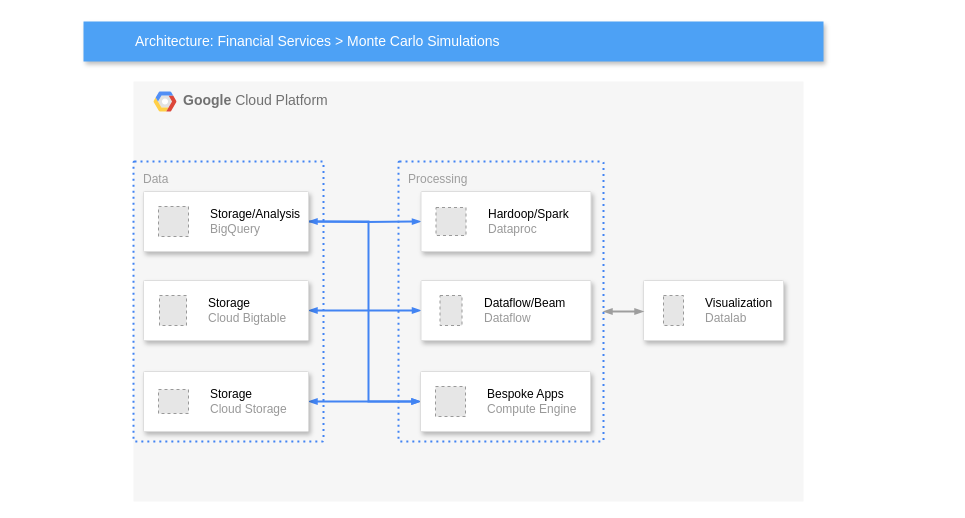
Above: 未命名绘图.drawio in soldierHuang/diagram (draw.io), before the change. Source tidied: cells renumbered, new cells numbered last; positions are measured from the earlier drawing's top-left corner, leaving out a move shared by most shapes. Both pictures are drawn from the tidied source at 100%, with x=0, y=0 at pixel (83, 21). Pictures stored in the file or linked from it are replaced by grey dashed boxes.
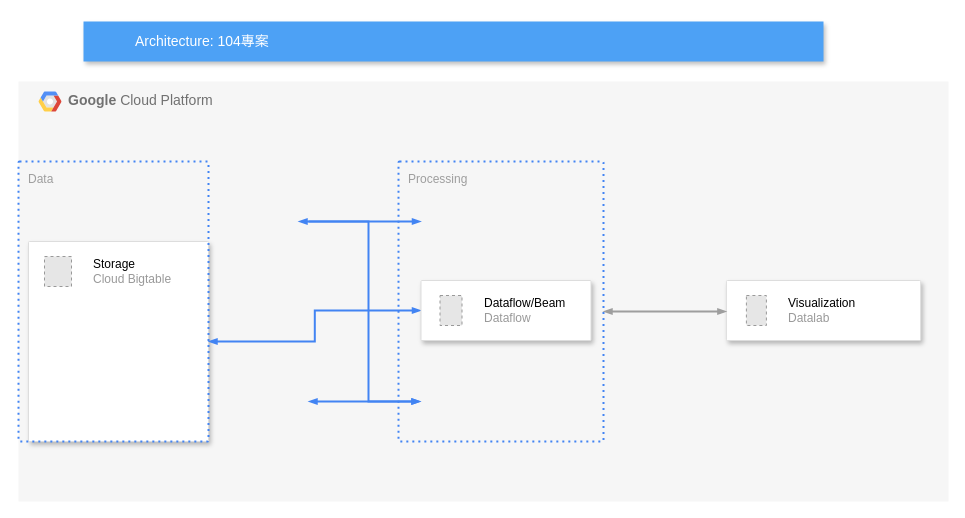
Above is the later version.

Diff of the diagram source:
```diff
@@
     <mxCell id="2" value="&lt;b&gt;Google &lt;/b&gt;Cloud Platform" style="fillColor=#F6F6F6;strokeColor=none;shadow=0;gradientColor=none;fontSize=14;align=left;spacing=10;fontColor=#717171;9E9E9E;verticalAlign=top;spacingTop=-4;fontStyle=0;spacingLeft=40;html=1;" parent="1" vertex="1">
-      <mxGeometry x="50" y="60" width="670" height="420" as="geometry" />
+      <mxGeometry x="-65" y="60" width="930" height="420" as="geometry" />
     </mxCell>
@@
     <mxCell id="4" style="strokeColor=#dddddd;shadow=1;strokeWidth=1;rounded=1;absoluteArcSize=1;arcSize=2;" parent="2" vertex="1">
-      <mxGeometry x="510" y="199" width="140" height="60" as="geometry" />
+      <mxGeometry x="707.9" y="199" width="194.3" height="60" as="geometry" />
     </mxCell>
@@
+    <mxCell id="16" style="strokeColor=#dddddd;shadow=1;strokeWidth=1;rounded=1;absoluteArcSize=1;arcSize=2;" parent="2" vertex="1">
+      <mxGeometry x="10" y="160" width="180" height="200" as="geometry" />
+    </mxCell>
+    <mxCell id="17" value="&lt;font color=&quot;#000000&quot;&gt;Storage&lt;/font&gt;&lt;br&gt;Cloud Bigtable" style="fillColor=#E6E6E6;strokeColor=#999999;dashed=1;html=1;fontColor=#999999;verticalLabelPosition=middle;verticalAlign=middle;labelPosition=right;align=left;spacingLeft=20;" parent="16" vertex="1">
+      <mxGeometry width="27" height="30" relative="1" as="geometry">
+        <mxPoint x="16" y="15" as="offset" />
+      </mxGeometry>
+    </mxCell>
+    <mxCell id="7" value="Data" style="rounded=1;absoluteArcSize=1;arcSize=2;html=1;strokeColor=#4284F3;gradientColor=none;shadow=0;dashed=1;fontSize=12;fontColor=#9E9E9E;align=left;verticalAlign=top;spacing=10;spacingTop=-4;fillColor=none;dashPattern=1 2;strokeWidth=2;" parent="16" vertex="1">
+      <mxGeometry x="-10" y="-80" width="190" height="280" as="geometry" />
+    </mxCell>
@@
-    <mxCell id="7" value="Data" style="rounded=1;absoluteArcSize=1;arcSize=2;html=1;strokeColor=#4284F3;gradientColor=none;shadow=0;dashed=1;fontSize=12;fontColor=#9E9E9E;align=left;verticalAlign=top;spacing=10;spacingTop=-4;fillColor=none;dashPattern=1 2;strokeWidth=2;" parent="1" vertex="1">
-      <mxGeometry x="50" y="140" width="190" height="280" as="geometry" />
-    </mxCell>
-    <mxCell id="8" value="Architecture: Financial Services &amp;gt; Monte Carlo Simulations" style="fillColor=#4DA1F5;strokeColor=none;shadow=1;gradientColor=none;fontSize=14;align=left;spacingLeft=50;fontColor=#ffffff;html=1;" parent="1" vertex="1">
+    <mxCell id="8" value="Architecture: 104專案" style="fillColor=#4DA1F5;strokeColor=none;shadow=1;gradientColor=none;fontSize=14;align=left;spacingLeft=50;fontColor=#ffffff;html=1;" parent="1" vertex="1">
       <mxGeometry width="740" height="40" as="geometry" />
     </mxCell>
@@
-    <mxCell id="10" style="edgeStyle=orthogonalEdgeStyle;rounded=0;html=1;labelBackgroundColor=none;startFill=1;startSize=4;endArrow=blockThin;endFill=1;endSize=4;jettySize=auto;strokeColor=#4284F3;strokeWidth=2;fontSize=12;fontColor=#000000;align=center;dashed=0;startArrow=blockThin;" parent="1" edge="1" source="18" target="24">
-      <mxGeometry relative="1" as="geometry" />
+    <mxCell id="10" style="edgeStyle=orthogonalEdgeStyle;rounded=0;html=1;labelBackgroundColor=none;startFill=1;startSize=4;endArrow=blockThin;endFill=1;endSize=4;jettySize=auto;orthogonalLoop=1;strokeColor=#4284F3;strokeWidth=2;fontSize=12;fontColor=#000000;align=center;dashed=0;startArrow=blockThin;" parent="1" edge="1">
+      <mxGeometry relative="1" as="geometry">
+        <mxPoint x="225" y="380" as="sourcePoint" />
+        <mxPoint x="337" y="380" as="targetPoint" />
+      </mxGeometry>
     </mxCell>
@@
-    <mxCell id="12" style="edgeStyle=orthogonalEdgeStyle;rounded=0;html=1;labelBackgroundColor=none;startFill=1;startSize=4;endArrow=blockThin;endFill=1;endSize=4;jettySize=auto;strokeColor=#4284F3;strokeWidth=2;fontSize=12;fontColor=#000000;align=center;dashed=0;" parent="1" edge="1" target="20">
+    <mxCell id="12" style="edgeStyle=orthogonalEdgeStyle;rounded=0;html=1;labelBackgroundColor=none;startFill=1;startSize=4;endArrow=blockThin;endFill=1;endSize=4;jettySize=auto;orthogonalLoop=1;strokeColor=#4284F3;strokeWidth=2;fontSize=12;fontColor=#000000;align=center;dashed=0;" parent="1" edge="1">
       <mxGeometry relative="1" as="geometry">
         <mxPoint x="225" y="200" as="sourcePoint" />
+        <mxPoint x="337.5" y="200" as="targetPoint" />
       </mxGeometry>
     </mxCell>
-    <mxCell id="13" style="edgeStyle=orthogonalEdgeStyle;rounded=0;html=1;labelBackgroundColor=none;startFill=1;startSize=4;endArrow=blockThin;endFill=1;endSize=4;jettySize=auto;strokeColor=#4284F3;strokeWidth=2;fontSize=12;fontColor=#000000;align=center;dashed=0;startArrow=blockThin;" parent="1" edge="1" source="14" target="24">
+    <mxCell id="13" style="edgeStyle=orthogonalEdgeStyle;rounded=0;html=1;labelBackgroundColor=none;startFill=1;startSize=4;endArrow=blockThin;endFill=1;endSize=4;jettySize=auto;orthogonalLoop=1;strokeColor=#4284F3;strokeWidth=2;fontSize=12;fontColor=#000000;align=center;dashed=0;startArrow=blockThin;" parent="1" edge="1">
       <mxGeometry relative="1" as="geometry">
+        <mxPoint x="215" y="200" as="sourcePoint" />
+        <mxPoint x="337" y="380" as="targetPoint" />
         <Array as="points">
           <mxPoint x="285" y="200" />
           <mxPoint x="285" y="380" />
         </Array>
       </mxGeometry>
     </mxCell>
-    <mxCell id="14" style="strokeColor=#dddddd;shadow=1;strokeWidth=1;rounded=1;absoluteArcSize=1;arcSize=2;" parent="1" vertex="1">
-      <mxGeometry x="60" y="170" width="165" height="60" as="geometry" />
-    </mxCell>
-    <mxCell id="15" value="&lt;font color=&quot;#000000&quot;&gt;Storage/Analysis&lt;/font&gt;&lt;br&gt;BigQuery" style="fillColor=#E6E6E6;strokeColor=#999999;dashed=1;html=1;fontColor=#999999;verticalLabelPosition=middle;verticalAlign=middle;labelPosition=right;align=left;spacingLeft=20;" parent="14" vertex="1">
-      <mxGeometry width="30" height="30" relative="1" as="geometry">
-        <mxPoint x="15" y="15" as="offset" />
-      </mxGeometry>
-    </mxCell>
-    <mxCell id="16" style="strokeColor=#dddddd;shadow=1;strokeWidth=1;rounded=1;absoluteArcSize=1;arcSize=2;" parent="1" vertex="1">
-      <mxGeometry x="60" y="259" width="165" height="60" as="geometry" />
-    </mxCell>
-    <mxCell id="17" value="&lt;font color=&quot;#000000&quot;&gt;Storage&lt;/font&gt;&lt;br&gt;Cloud Bigtable" style="fillColor=#E6E6E6;strokeColor=#999999;dashed=1;html=1;fontColor=#999999;verticalLabelPosition=middle;verticalAlign=middle;labelPosition=right;align=left;spacingLeft=20;" parent="16" vertex="1">
-      <mxGeometry width="27" height="30" relative="1" as="geometry">
-        <mxPoint x="16" y="15" as="offset" />
-      </mxGeometry>
-    </mxCell>
-    <mxCell id="18" style="strokeColor=#dddddd;shadow=1;strokeWidth=1;rounded=1;absoluteArcSize=1;arcSize=2;" parent="1" vertex="1">
-      <mxGeometry x="60" y="350" width="165" height="60" as="geometry" />
-    </mxCell>
-    <mxCell id="19" value="&lt;font color=&quot;#000000&quot;&gt;Storage&lt;/font&gt;&lt;br&gt;Cloud Storage" style="fillColor=#E6E6E6;strokeColor=#999999;dashed=1;html=1;fontColor=#999999;verticalLabelPosition=middle;verticalAlign=middle;labelPosition=right;align=left;spacingLeft=20;" parent="18" vertex="1">
-      <mxGeometry width="30" height="24" relative="1" as="geometry">
-        <mxPoint x="15" y="18" as="offset" />
-      </mxGeometry>
-    </mxCell>
-    <mxCell id="20" style="strokeColor=#dddddd;shadow=1;strokeWidth=1;rounded=1;absoluteArcSize=1;arcSize=2;" parent="1" vertex="1">
-      <mxGeometry x="337.5" y="170" width="170" height="60" as="geometry" />
-    </mxCell>
-    <mxCell id="21" value="&lt;font color=&quot;#000000&quot;&gt;Hardoop/Spark&lt;/font&gt;&lt;br&gt;Dataproc" style="fillColor=#E6E6E6;strokeColor=#999999;dashed=1;html=1;fontColor=#999999;verticalLabelPosition=middle;verticalAlign=middle;labelPosition=right;align=left;spacingLeft=20;" parent="20" vertex="1">
-      <mxGeometry width="30" height="28" relative="1" as="geometry">
-        <mxPoint x="15" y="16" as="offset" />
-      </mxGeometry>
-    </mxCell>
@@
-    <mxCell id="24" style="strokeColor=#dddddd;shadow=1;strokeWidth=1;rounded=1;absoluteArcSize=1;arcSize=2;" parent="1" vertex="1">
-      <mxGeometry x="337" y="350" width="170" height="60" as="geometry" />
-    </mxCell>
-    <mxCell id="25" value="&lt;font color=&quot;#000000&quot;&gt;Bespoke Apps&lt;/font&gt;&lt;br&gt;Compute Engine" style="fillColor=#E6E6E6;strokeColor=#999999;dashed=1;html=1;fontColor=#999999;verticalLabelPosition=middle;verticalAlign=middle;labelPosition=right;align=left;spacingLeft=20;" parent="24" vertex="1">
-      <mxGeometry width="30" height="30" relative="1" as="geometry">
-        <mxPoint x="15" y="15" as="offset" />
-      </mxGeometry>
-    </mxCell>
```
